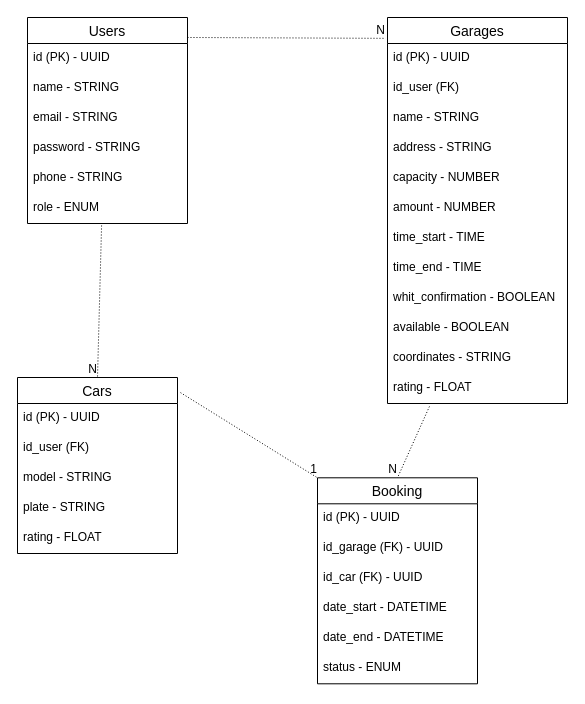
This is backend/relationalDiagram.drawio from No-Country/s13-04-t-node-react, a draw.io file, before an edit. Source tidied: cells renumbered, new cells numbered last; positions are measured from the earlier drawing's top-left corner, leaving out a move shared by most shapes. Both pictures are drawn from the tidied source at 100%, with x=0, y=0 at pixel (17, 17).
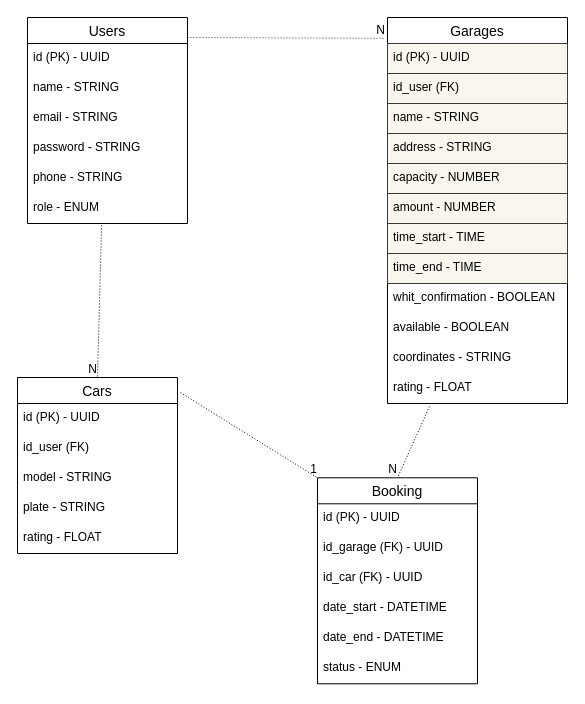
After the change.

The change refers to these unchanged cells:
```xml
<mxCell id="2" value="Users" style="swimlane;fontStyle=0;horizontal=1;startSize=26;align=center;fontSize=14;" parent="1" vertex="1">
  <mxGeometry x="10" width="160" height="206" as="geometry" />
</mxCell>
<mxCell id="9" value="Garages" style="swimlane;fontStyle=0;horizontal=1;startSize=26;align=center;fontSize=14;" parent="1" vertex="1">
  <mxGeometry x="370" width="180" height="386" as="geometry" />
</mxCell>
```

Change to the diagram source:
```diff
@@
-    <mxCell id="10" value="id (PK) - UUID" style="text;strokeColor=none;fillColor=none;spacingLeft=4;spacingRight=4;overflow=hidden;fontSize=12;" parent="9" vertex="1">
+    <mxCell id="10" value="id (PK) - UUID" style="text;strokeColor=#36393d;fillColor=#f9f7ed;spacingLeft=4;spacingRight=4;overflow=hidden;fontSize=12;fontColor=#000000;" parent="9" vertex="1">
       <mxGeometry y="26" width="180" height="30" as="geometry" />
     </mxCell>
-    <mxCell id="11" value="id_user (FK)" style="text;strokeColor=none;fillColor=none;spacingLeft=4;spacingRight=4;overflow=hidden;fontSize=12;" parent="9" vertex="1">
+    <mxCell id="11" value="id_user (FK)" style="text;strokeColor=#36393d;fillColor=#f9f7ed;spacingLeft=4;spacingRight=4;overflow=hidden;fontSize=12;fontColor=#000000;" parent="9" vertex="1">
       <mxGeometry y="56" width="180" height="30" as="geometry" />
     </mxCell>
-    <mxCell id="12" value="name - STRING" style="text;strokeColor=none;fillColor=none;spacingLeft=4;spacingRight=4;overflow=hidden;fontSize=12;" parent="9" vertex="1">
+    <mxCell id="12" value="name - STRING" style="text;strokeColor=#36393d;fillColor=#f9f7ed;spacingLeft=4;spacingRight=4;overflow=hidden;fontSize=12;fontColor=#000000;" parent="9" vertex="1">
       <mxGeometry y="86" width="180" height="30" as="geometry" />
     </mxCell>
-    <mxCell id="13" value="address - STRING" style="text;strokeColor=none;fillColor=none;spacingLeft=4;spacingRight=4;overflow=hidden;fontSize=12;" parent="9" vertex="1">
+    <mxCell id="13" value="address - STRING" style="text;strokeColor=#36393d;fillColor=#f9f7ed;spacingLeft=4;spacingRight=4;overflow=hidden;fontSize=12;fontColor=#000000;" parent="9" vertex="1">
       <mxGeometry y="116" width="180" height="30" as="geometry" />
     </mxCell>
-    <mxCell id="14" value="capacity - NUMBER" style="text;strokeColor=none;fillColor=none;spacingLeft=4;spacingRight=4;overflow=hidden;fontSize=12;" parent="9" vertex="1">
+    <mxCell id="14" value="capacity - NUMBER" style="text;strokeColor=#36393d;fillColor=#f9f7ed;spacingLeft=4;spacingRight=4;overflow=hidden;fontSize=12;fontColor=#000000;" parent="9" vertex="1">
       <mxGeometry y="146" width="180" height="30" as="geometry" />
     </mxCell>
-    <mxCell id="15" value="amount - NUMBER" style="text;strokeColor=none;fillColor=none;spacingLeft=4;spacingRight=4;overflow=hidden;fontSize=12;" parent="9" vertex="1">
+    <mxCell id="15" value="amount - NUMBER" style="text;strokeColor=#36393d;fillColor=#f9f7ed;spacingLeft=4;spacingRight=4;overflow=hidden;fontSize=12;fontColor=#000000;" parent="9" vertex="1">
       <mxGeometry y="176" width="180" height="30" as="geometry" />
     </mxCell>
-    <mxCell id="16" value="time_start - TIME" style="text;strokeColor=none;fillColor=none;spacingLeft=4;spacingRight=4;overflow=hidden;fontSize=12;" parent="9" vertex="1">
+    <mxCell id="16" value="time_start - TIME" style="text;strokeColor=#36393d;fillColor=#f9f7ed;spacingLeft=4;spacingRight=4;overflow=hidden;fontSize=12;fontColor=#000000;" parent="9" vertex="1">
       <mxGeometry y="206" width="180" height="30" as="geometry" />
     </mxCell>
-    <mxCell id="17" value="time_end - TIME" style="text;strokeColor=none;fillColor=none;spacingLeft=4;spacingRight=4;overflow=hidden;fontSize=12;" parent="9" vertex="1">
+    <mxCell id="17" value="time_end - TIME" style="text;strokeColor=#36393d;fillColor=#f9f7ed;spacingLeft=4;spacingRight=4;overflow=hidden;fontSize=12;fontColor=#000000;" parent="9" vertex="1">
       <mxGeometry y="236" width="180" height="30" as="geometry" />
     </mxCell>
@@
-    <mxCell id="28" style="endArrow=none;html=1;rounded=0;dashed=1;dashPattern=1 2;entryX=-0.011;entryY=0.054;entryDx=0;entryDy=0;entryPerimeter=0;exitX=1;exitY=0.097;exitDx=0;exitDy=0;exitPerimeter=0;" parent="1" edge="1" source="2" target="9">
+    <mxCell id="28" style="endArrow=none;html=1;rounded=0;dashed=1;dashPattern=1 2;entryX=-0.011;entryY=0.054;entryDx=0;entryDy=0;entryPerimeter=0;exitX=1;exitY=0.097;exitDx=0;exitDy=0;exitPerimeter=0;fillColor=#f9f7ed;strokeColor=#36393d;" parent="1" edge="1" source="2" target="9">
       <mxGeometry relative="1" as="geometry" />
     </mxCell>
```
